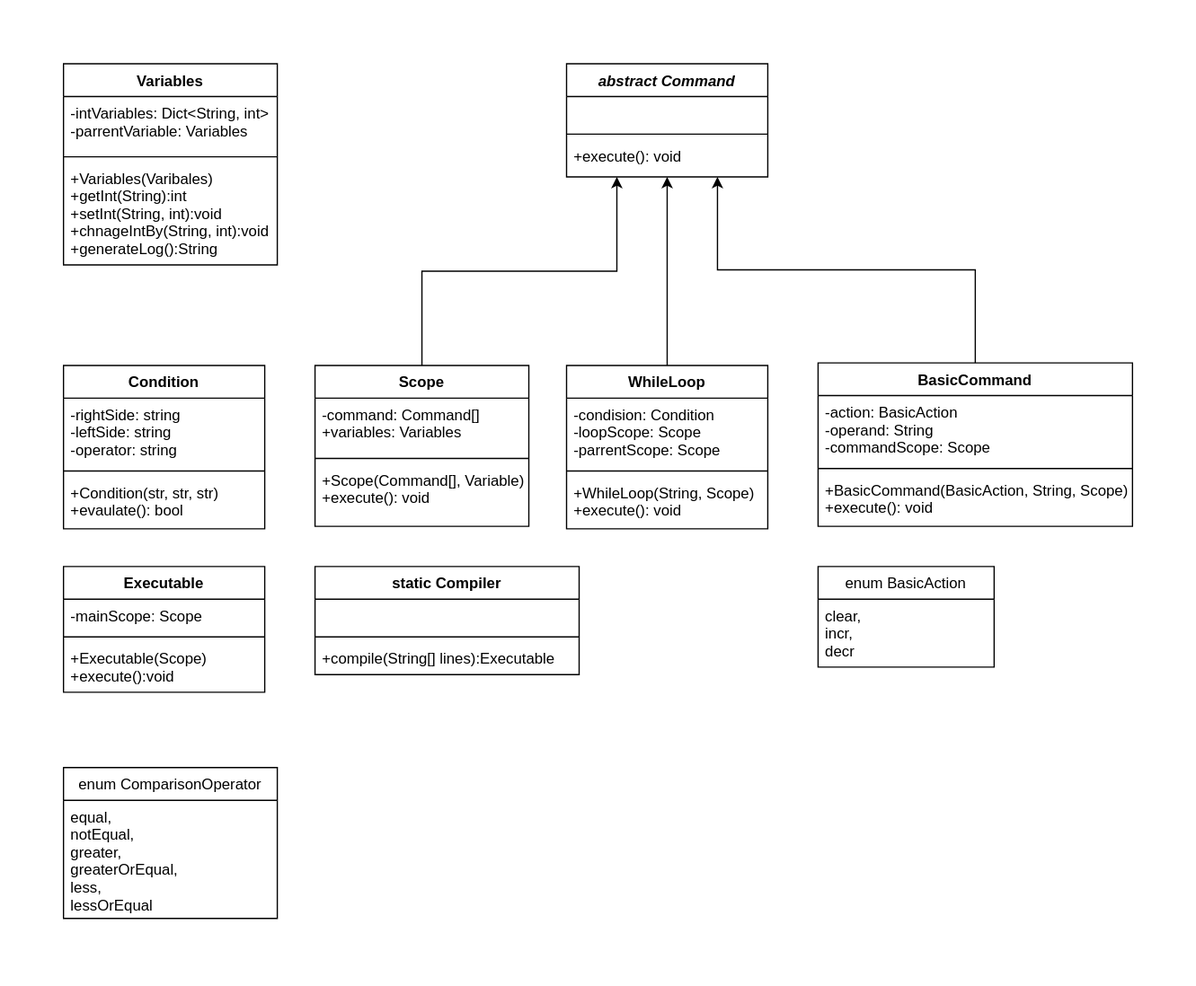
The draw.io diagram BareBonesInterpreter/documentation/uml.svg in mnokno/SpaceCadets, before a commit. Source tidied: cells renumbered, new cells last; positions are measured from the earlier drawing's top-left corner, leaving out a move shared by most shapes.
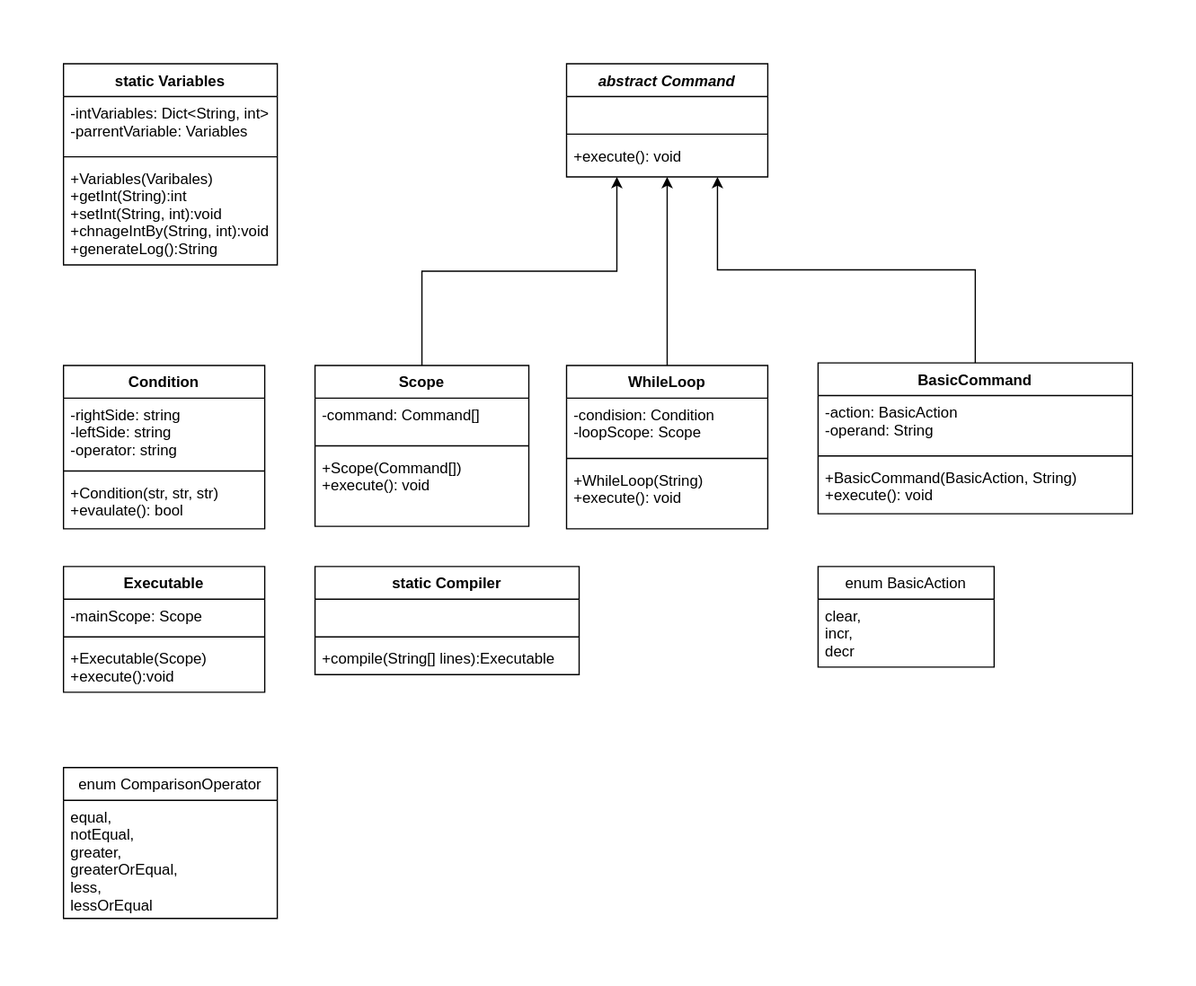
The same file after the commit.

Commit message:
Finished Variables class

What changed in the source:
```diff
@@ -8,14 +8,14 @@
     <mxCell id="3" value="Scope" style="swimlane;fontStyle=1;align=center;verticalAlign=top;horizontal=1;startSize=26;rounded=0;shadow=0;strokeWidth=1;" parent="1" vertex="1">
       <mxGeometry x="200" y="240" width="170" height="128" as="geometry" />
     </mxCell>
-    <mxCell id="4" value="-command: Command[]&#10;+variables: Variables" style="text;align=left;verticalAlign=top;spacingLeft=4;spacingRight=4;overflow=hidden;" parent="3" vertex="1">
-      <mxGeometry y="26" width="170" height="44" as="geometry" />
+    <mxCell id="4" value="-command: Command[]" style="text;align=left;verticalAlign=top;spacingLeft=4;spacingRight=4;overflow=hidden;" parent="3" vertex="1">
+      <mxGeometry y="26" width="170" height="34" as="geometry" />
     </mxCell>
     <mxCell id="5" style="line;html=1;strokeWidth=1;align=left;verticalAlign=middle;spacingTop=-1;spacingLeft=3;spacingRight=3;labelPosition=right;" parent="3" vertex="1">
-      <mxGeometry y="70" width="170" height="8" as="geometry" />
+      <mxGeometry y="60" width="170" height="8" as="geometry" />
     </mxCell>
-    <mxCell id="6" value="+Scope(Command[], Variable)&#10;+execute(): void" style="text;align=left;verticalAlign=top;spacingLeft=4;spacingRight=4;overflow=hidden;fontStyle=0;" parent="3" vertex="1">
-      <mxGeometry y="78" width="170" height="50" as="geometry" />
+    <mxCell id="6" value="+Scope(Command[])&#10;+execute(): void" style="text;align=left;verticalAlign=top;spacingLeft=4;spacingRight=4;overflow=hidden;fontStyle=0;" parent="3" vertex="1">
+      <mxGeometry y="68" width="170" height="50" as="geometry" />
     </mxCell>
     <mxCell id="7" value="abstract Command" style="swimlane;fontStyle=3;align=center;verticalAlign=top;horizontal=1;startSize=26;rounded=0;shadow=0;strokeWidth=1;" parent="1" vertex="1">
       <mxGeometry x="400" width="160" height="90" as="geometry" />
@@ -38,16 +38,16 @@
     <mxCell id="13" value="WhileLoop" style="swimlane;fontStyle=1;align=center;verticalAlign=top;horizontal=1;startSize=26;rounded=0;shadow=0;strokeWidth=1;" parent="1" vertex="1">
       <mxGeometry x="400" y="240" width="160" height="130" as="geometry" />
     </mxCell>
-    <mxCell id="14" value="-condision: Condition&#10;-loopScope: Scope&#10;-parrentScope: Scope" style="text;align=left;verticalAlign=top;spacingLeft=4;spacingRight=4;overflow=hidden;" parent="13" vertex="1">
-      <mxGeometry y="26" width="160" height="54" as="geometry" />
+    <mxCell id="14" value="-condision: Condition&#10;-loopScope: Scope" style="text;align=left;verticalAlign=top;spacingLeft=4;spacingRight=4;overflow=hidden;" parent="13" vertex="1">
+      <mxGeometry y="26" width="160" height="44" as="geometry" />
     </mxCell>
     <mxCell id="15" style="line;html=1;strokeWidth=1;align=left;verticalAlign=middle;spacingTop=-1;spacingLeft=3;spacingRight=3;labelPosition=right;" parent="13" vertex="1">
-      <mxGeometry y="80" width="160" height="8" as="geometry" />
+      <mxGeometry y="70" width="160" height="8" as="geometry" />
     </mxCell>
-    <mxCell id="16" value="+WhileLoop(String, Scope)&#10;+execute(): void" style="text;align=left;verticalAlign=top;spacingLeft=4;spacingRight=4;overflow=hidden;fontStyle=0;" parent="13" vertex="1">
-      <mxGeometry y="88" width="160" height="42" as="geometry" />
+    <mxCell id="16" value="+WhileLoop(String)&#10;+execute(): void" style="text;align=left;verticalAlign=top;spacingLeft=4;spacingRight=4;overflow=hidden;fontStyle=0;" parent="13" vertex="1">
+      <mxGeometry y="78" width="160" height="42" as="geometry" />
     </mxCell>
-    <mxCell id="17" value="Variables" style="swimlane;fontStyle=1;align=center;verticalAlign=top;horizontal=1;startSize=26;" parent="1" vertex="1">
+    <mxCell id="17" value="static Variables" style="swimlane;fontStyle=1;align=center;verticalAlign=top;horizontal=1;startSize=26;" parent="1" vertex="1">
       <mxGeometry width="170" height="160" as="geometry" />
     </mxCell>
     <mxCell id="18" value="-intVariables: Dict&lt;String, int&gt; &#10;-parrentVariable: Variables" style="text;strokeColor=none;fillColor=none;align=left;verticalAlign=top;spacingLeft=4;spacingRight=4;overflow=hidden;" parent="17" vertex="1">
@@ -96,16 +96,16 @@
       <mxGeometry y="88" width="160" height="42" as="geometry" />
     </mxCell>
     <mxCell id="33" value="BasicCommand" style="swimlane;fontStyle=1;align=center;verticalAlign=top;horizontal=1;startSize=26;" parent="1" vertex="1">
-      <mxGeometry x="600" y="238" width="250" height="130" as="geometry" />
+      <mxGeometry x="600" y="238" width="250" height="120" as="geometry" />
     </mxCell>
-    <mxCell id="34" value="-action: BasicAction&#10;-operand: String&#10;-commandScope: Scope" style="text;strokeColor=none;fillColor=none;align=left;verticalAlign=top;spacingLeft=4;spacingRight=4;overflow=hidden;" parent="33" vertex="1">
-      <mxGeometry y="26" width="250" height="54" as="geometry" />
+    <mxCell id="34" value="-action: BasicAction&#10;-operand: String" style="text;strokeColor=none;fillColor=none;align=left;verticalAlign=top;spacingLeft=4;spacingRight=4;overflow=hidden;" parent="33" vertex="1">
+      <mxGeometry y="26" width="250" height="44" as="geometry" />
     </mxCell>
     <mxCell id="35" style="line;strokeWidth=1;fillColor=none;align=left;verticalAlign=middle;spacingTop=-1;spacingLeft=3;spacingRight=3;labelPosition=right;" parent="33" vertex="1">
-      <mxGeometry y="80" width="250" height="8" as="geometry" />
+      <mxGeometry y="70" width="250" height="8" as="geometry" />
     </mxCell>
-    <mxCell id="36" value="+BasicCommand(BasicAction, String, Scope)&#10;+execute(): void" style="text;strokeColor=none;fillColor=none;align=left;verticalAlign=top;spacingLeft=4;spacingRight=4;overflow=hidden;" parent="33" vertex="1">
-      <mxGeometry y="88" width="250" height="42" as="geometry" />
+    <mxCell id="36" value="+BasicCommand(BasicAction, String)&#10;+execute(): void" style="text;strokeColor=none;fillColor=none;align=left;verticalAlign=top;spacingLeft=4;spacingRight=4;overflow=hidden;" parent="33" vertex="1">
+      <mxGeometry y="78" width="250" height="42" as="geometry" />
     </mxCell>
     <mxCell id="37" value="enum BasicAction" style="swimlane;fontStyle=0;horizontal=1;startSize=26;fillColor=none;" parent="1" vertex="1">
       <mxGeometry x="600" y="400" width="140" height="80" as="geometry" />
```
